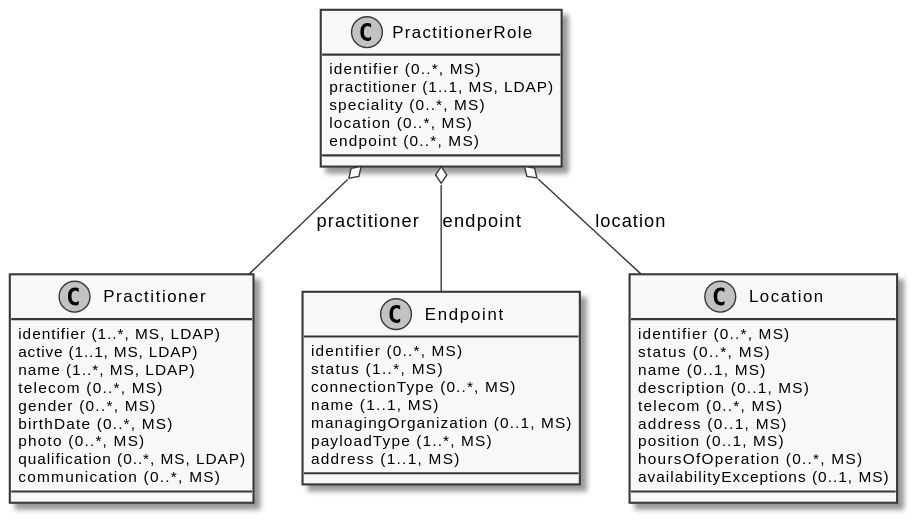
Earlier version of the PlantUML export images/diagrams/ClassDiagram.PractitionerRole.svg (gematik/api-vzd).
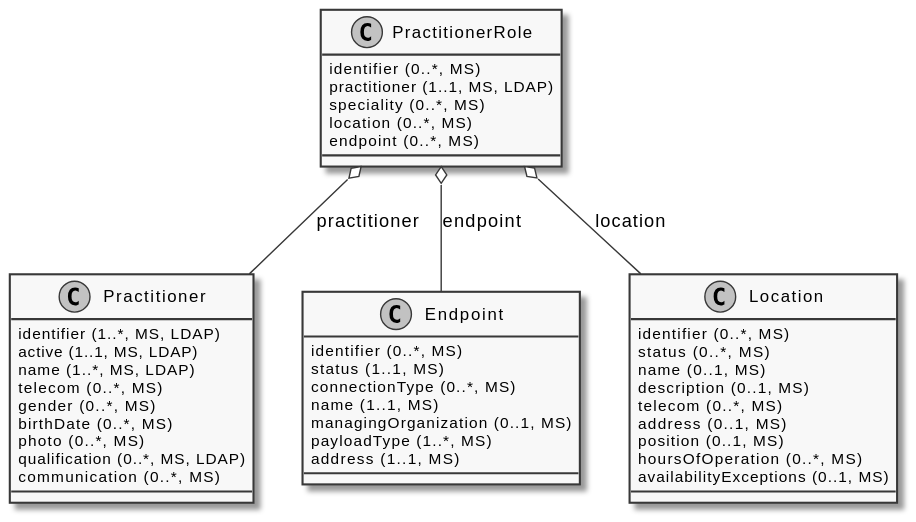
The same diagram one commit later.

Commit message:
Commit from GitHub Actions (GeneratePlantumlImages)

Change to the diagram source:
```diff
@@ -20,7 +20,7 @@
 }
 class Endpoint {
   {field} identifier (0..*, MS)
-  {field} status (1..*, MS)
+  {field} status (1..1, MS)
   {field} connectionType (0..*, MS)
   {field} name (1..1, MS)
   {field} managingOrganization (0..1, MS)
```
